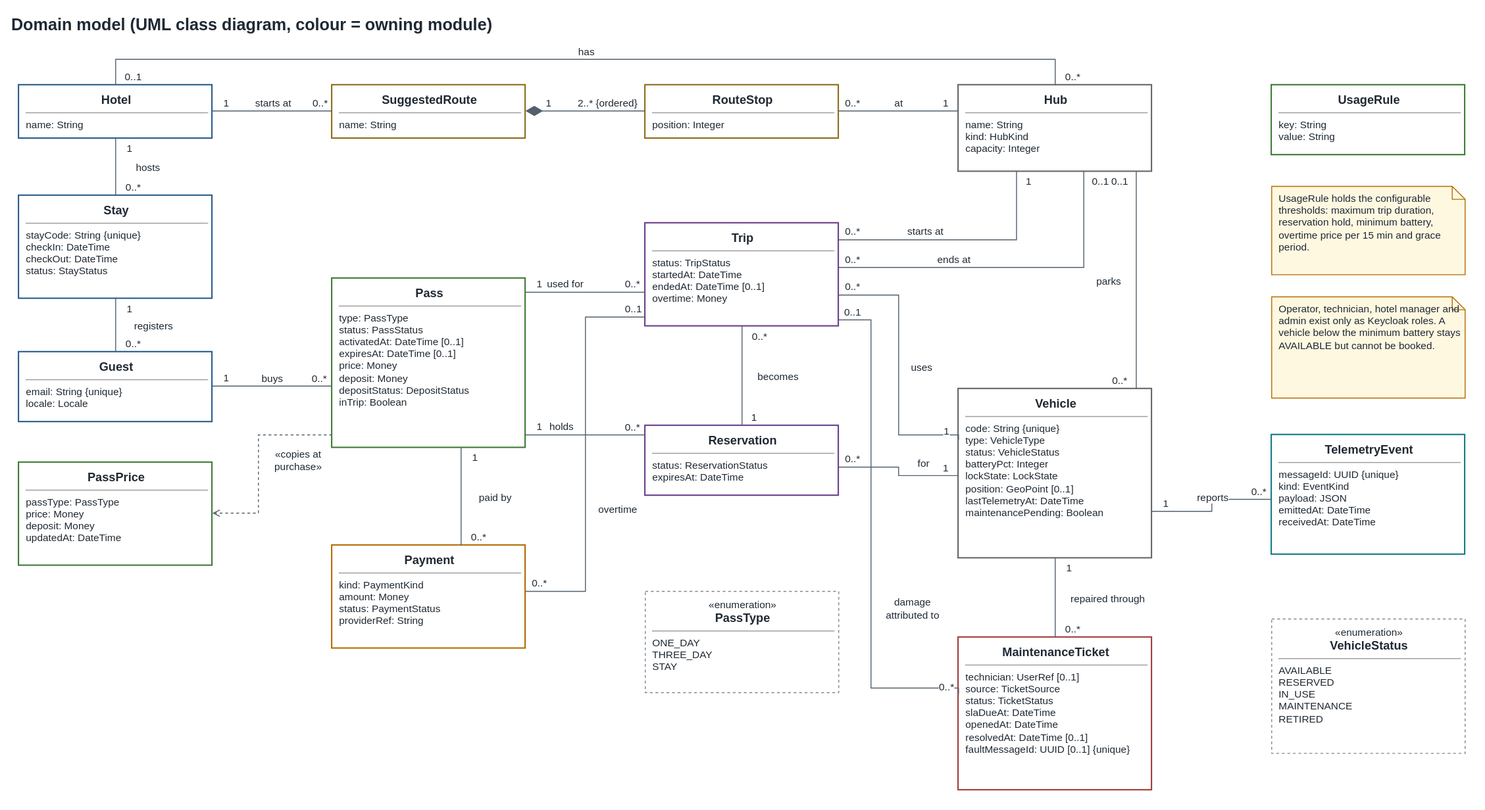
This is docs/architecture/diagrams/10-domain-model.drawio.svg from TQS-RiaRide/RIARide, a draw.io export, as it was before one commit. Source tidied: cells renumbered, new cells last; positions are measured from the earlier drawing's top-left corner, leaving out a move shared by most shapes.
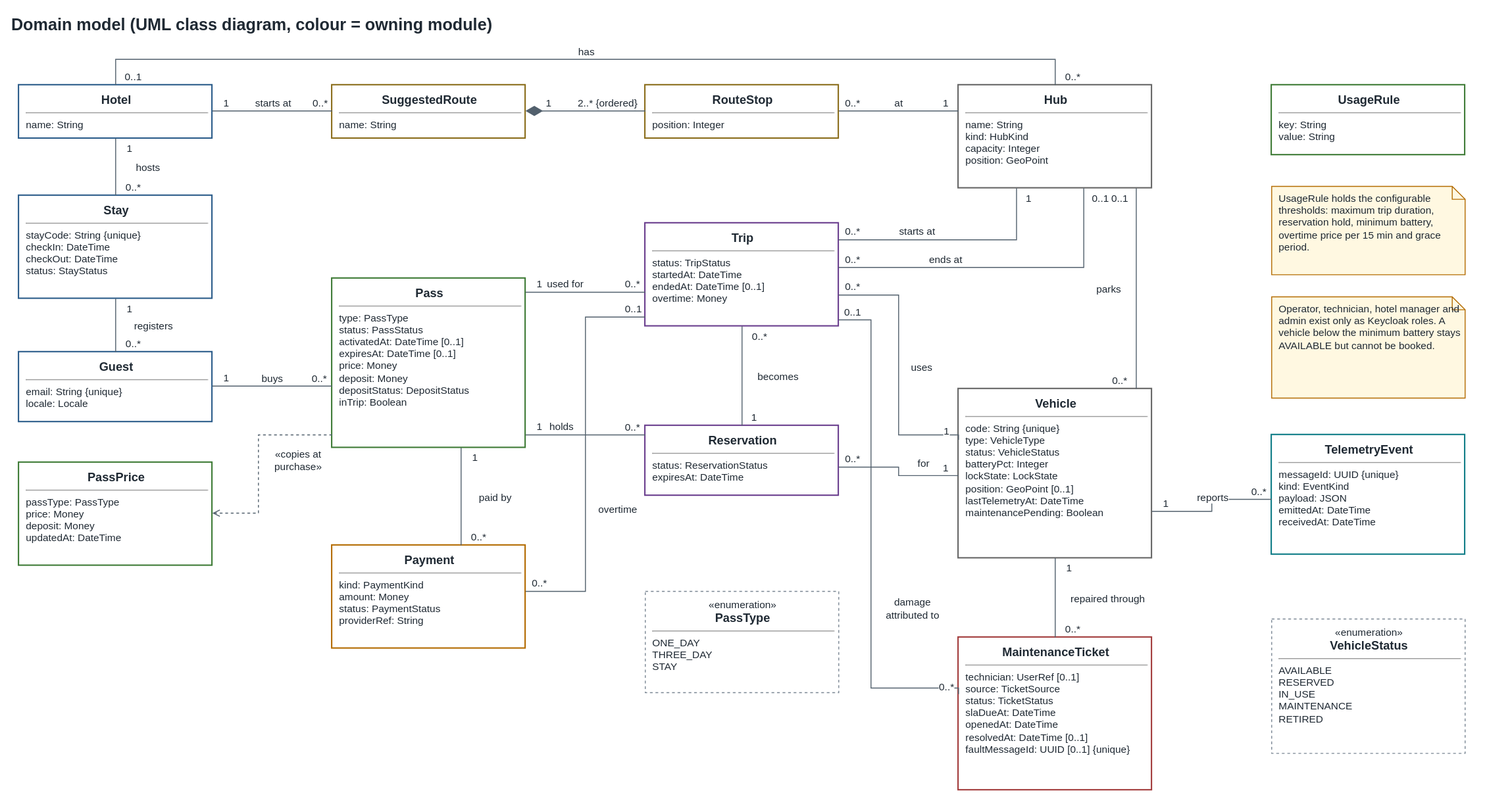
The same diagram one commit later.

Commit message:
docs: RIA-10 RIA-11 add hub position for the nearest free hubs

The edit, as a diff of the source:
```diff
@@ -35,8 +35,8 @@
     <mxCell id="12" value="&lt;div style='width:196px;text-align:center;font-size:13px'&gt;&lt;b&gt;Reservation&lt;/b&gt;&lt;/div&gt;&lt;hr size='1' style='width:196px'&gt;status: ReservationStatus&lt;br&gt;expiresAt: DateTime" style="html=1;whiteSpace=wrap;fontFamily=Helvetica;fontColor=#1F2933;rounded=0;align=left;verticalAlign=top;spacingLeft=6;spacingRight=6;spacingTop=2;fontSize=11;fillColor=#FFFFFF;strokeColor=#6A3E8E;strokeWidth=1.5;" parent="1" vertex="1">
       <mxGeometry x="690" y="452" width="210" height="76" as="geometry" />
     </mxCell>
-    <mxCell id="13" value="&lt;div style='width:196px;text-align:center;font-size:13px'&gt;&lt;b&gt;Hub&lt;/b&gt;&lt;/div&gt;&lt;hr size='1' style='width:196px'&gt;name: String&lt;br&gt;kind: HubKind&lt;br&gt;capacity: Integer" style="html=1;whiteSpace=wrap;fontFamily=Helvetica;fontColor=#1F2933;rounded=0;align=left;verticalAlign=top;spacingLeft=6;spacingRight=6;spacingTop=2;fontSize=11;fillColor=#FFFFFF;strokeColor=#666666;strokeWidth=1.5;" parent="1" vertex="1">
-      <mxGeometry x="1030" y="82" width="210" height="94" as="geometry" />
+    <mxCell id="13" value="&lt;div style='width:196px;text-align:center;font-size:13px'&gt;&lt;b&gt;Hub&lt;/b&gt;&lt;/div&gt;&lt;hr size='1' style='width:196px'&gt;name: String&lt;br&gt;kind: HubKind&lt;br&gt;capacity: Integer&lt;br&gt;position: GeoPoint" style="html=1;whiteSpace=wrap;fontFamily=Helvetica;fontColor=#1F2933;rounded=0;align=left;verticalAlign=top;spacingLeft=6;spacingRight=6;spacingTop=2;fontSize=11;fillColor=#FFFFFF;strokeColor=#666666;strokeWidth=1.5;" parent="1" vertex="1">
+      <mxGeometry x="1030" y="82" width="210" height="112" as="geometry" />
     </mxCell>
     <mxCell id="14" value="&lt;div style='width:196px;text-align:center;font-size:13px'&gt;&lt;b&gt;Vehicle&lt;/b&gt;&lt;/div&gt;&lt;hr size='1' style='width:196px'&gt;code: String {unique}&lt;br&gt;type: VehicleType&lt;br&gt;status: VehicleStatus&lt;br&gt;batteryPct: Integer&lt;br&gt;lockState: LockState&lt;br&gt;position: GeoPoint [0..1]&lt;br&gt;lastTelemetryAt: DateTime&lt;br&gt;maintenancePending: Boolean" style="html=1;whiteSpace=wrap;fontFamily=Helvetica;fontColor=#1F2933;rounded=0;align=left;verticalAlign=top;spacingLeft=6;spacingRight=6;spacingTop=2;fontSize=11;fillColor=#FFFFFF;strokeColor=#666666;strokeWidth=1.5;" parent="1" vertex="1">
       <mxGeometry x="1030" y="412" width="210" height="184" as="geometry" />
@@ -87,7 +87,7 @@
         <mxPoint x="-42" y="-9" as="offset" />
       </mxGeometry>
     </mxCell>
-    <mxCell id="27" style="html=1;whiteSpace=wrap;fontFamily=Helvetica;fontColor=#1F2933;edgeStyle=orthogonalEdgeStyle;rounded=0;fontSize=11;strokeColor=#52606D;exitX=1;exitY=0.4828;exitPerimeter=0;entryX=0;entryY=0.2979;entryPerimeter=0;endArrow=none;startArrow=none;" parent="1" edge="1" source="10" target="13">
+    <mxCell id="27" style="html=1;whiteSpace=wrap;fontFamily=Helvetica;fontColor=#1F2933;edgeStyle=orthogonalEdgeStyle;rounded=0;fontSize=11;strokeColor=#52606D;exitX=1;exitY=0.4828;exitPerimeter=0;entryX=0;entryY=0.25;entryPerimeter=0;endArrow=none;startArrow=none;" parent="1" edge="1" source="10" target="13">
       <mxGeometry relative="1" as="geometry" />
     </mxCell>
     <mxCell id="28" value="0..*" style="html=1;fontFamily=Helvetica;fontColor=#1F2933;edgeLabel;fontSize=11;labelBackgroundColor=#FFFFFF;align=center;verticalAlign=middle;" parent="27" vertex="1">
```
